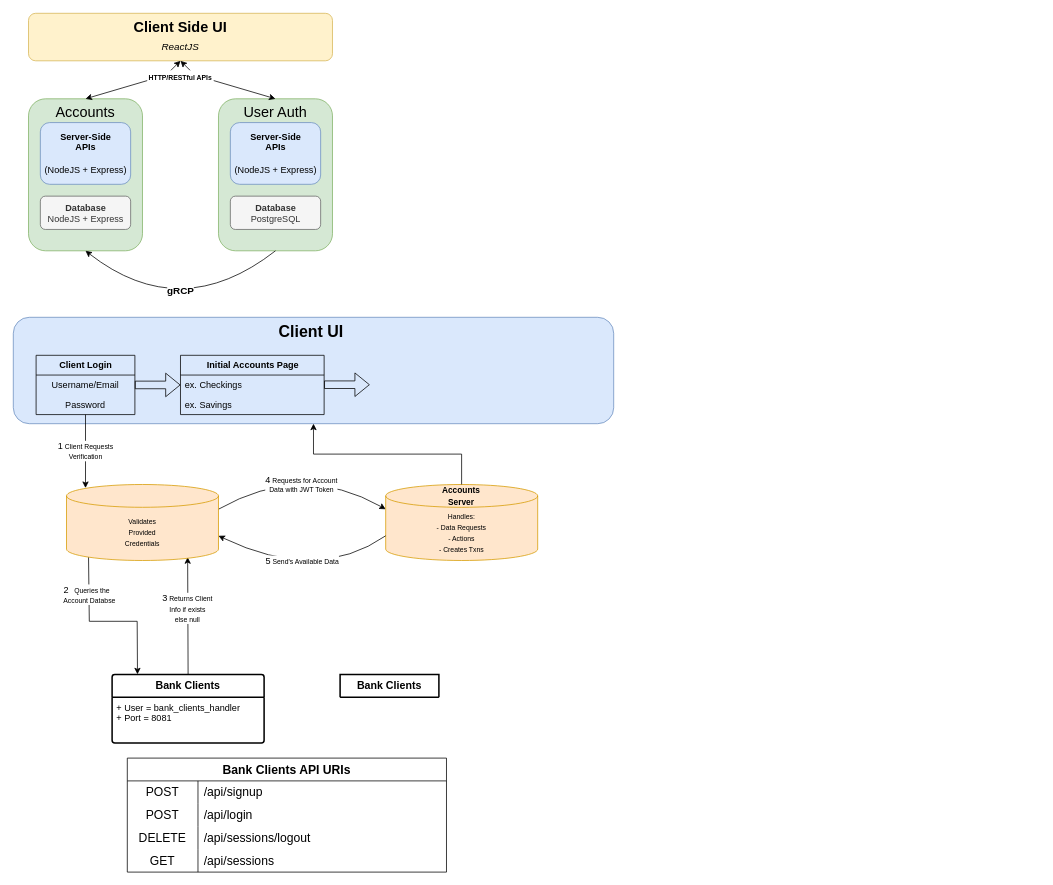
Before: BankingApp_Architecture.drawio in doo1y/banking-app, a draw.io diagram. Source tidied: cells renumbered, new cells numbered last; positions are measured from the earlier drawing's top-left corner, leaving out a move shared by most shapes. Both pictures are drawn from the tidied source at 76%, with x=0, y=0 at pixel (13, 13).
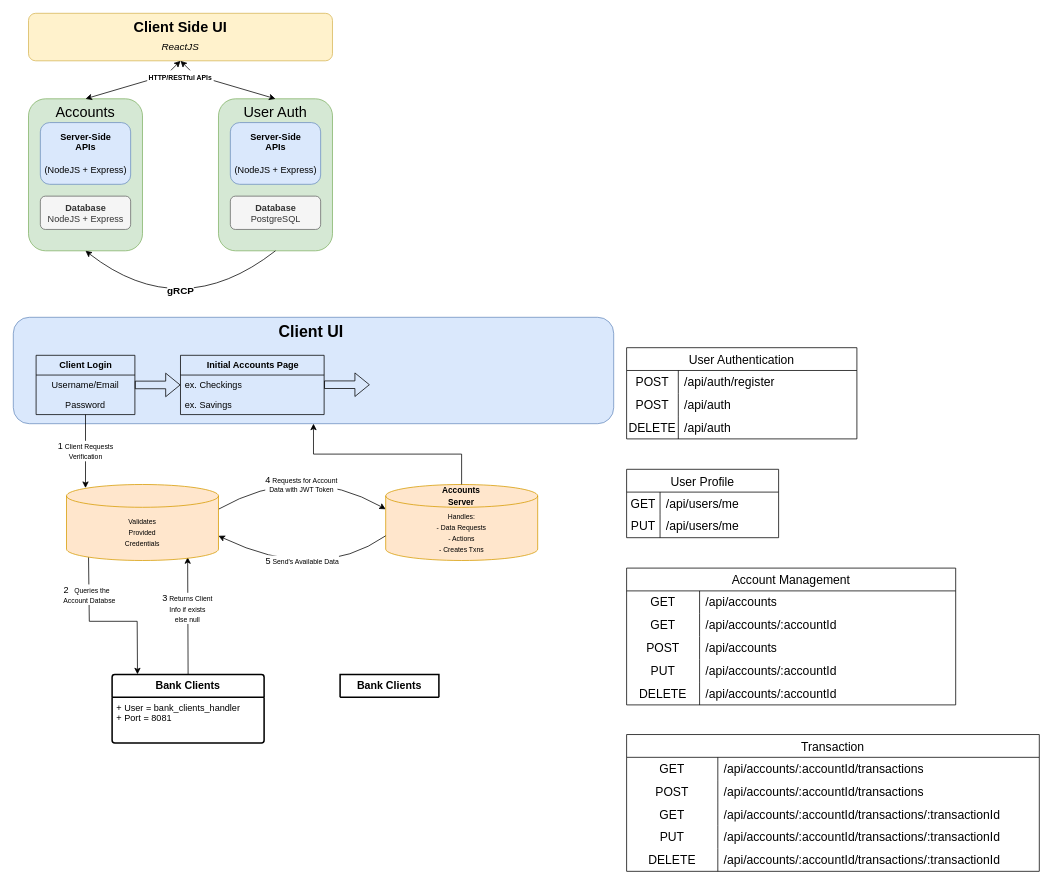
Above is the later version.

The edit, as a diff of the source:
```diff
@@
-    <mxCell id="41" value="Bank Clients API URIs" style="shape=table;startSize=30;childLayout=tableLayout;rowLines=0;fontStyle=1;strokeColor=default;fontSize=16;" parent="1" vertex="1">
-      <mxGeometry x="150" y="980" width="420" height="150" as="geometry" />
-    </mxCell>
-    <mxCell id="42" style="shape=tableRow;horizontal=0;startSize=0;swimlaneHead=0;swimlaneBody=0;top=0;left=0;bottom=0;right=0;fillColor=none;strokeColor=inherit;fontSize=16;" parent="41" vertex="1">
-      <mxGeometry y="30" width="420" height="30" as="geometry" />
-    </mxCell>
-    <mxCell id="43" value="POST" style="shape=partialRectangle;html=1;whiteSpace=wrap;fillColor=none;top=0;left=0;bottom=0;right=0;overflow=hidden;strokeColor=inherit;fontSize=16;" parent="42" vertex="1">
-      <mxGeometry width="93" height="30" as="geometry" />
-    </mxCell>
-    <mxCell id="44" value="/api/signup" style="shape=partialRectangle;html=1;whiteSpace=wrap;fillColor=none;top=0;left=0;bottom=0;right=0;align=left;spacingLeft=6;overflow=hidden;strokeColor=inherit;fontSize=16;" parent="42" vertex="1">
-      <mxGeometry x="93" width="327" height="30" as="geometry" />
-    </mxCell>
-    <mxCell id="45" style="shape=tableRow;horizontal=0;startSize=0;swimlaneHead=0;swimlaneBody=0;top=0;left=0;bottom=0;right=0;fillColor=none;strokeColor=inherit;fontSize=16;" parent="41" vertex="1">
-      <mxGeometry y="60" width="420" height="30" as="geometry" />
-    </mxCell>
-    <mxCell id="46" value="POST" style="shape=partialRectangle;html=1;whiteSpace=wrap;fillColor=none;top=0;left=0;bottom=0;right=0;overflow=hidden;strokeColor=inherit;fontSize=16;" parent="45" vertex="1">
-      <mxGeometry width="93" height="30" as="geometry" />
-    </mxCell>
-    <mxCell id="47" value="/api/login" style="shape=partialRectangle;html=1;whiteSpace=wrap;fillColor=none;top=0;left=0;bottom=0;right=0;align=left;spacingLeft=6;overflow=hidden;strokeColor=inherit;fontSize=16;" parent="45" vertex="1">
-      <mxGeometry x="93" width="327" height="30" as="geometry" />
-    </mxCell>
-    <mxCell id="48" style="shape=tableRow;horizontal=0;startSize=0;swimlaneHead=0;swimlaneBody=0;top=0;left=0;bottom=0;right=0;fillColor=none;strokeColor=inherit;fontSize=16;" parent="41" vertex="1">
-      <mxGeometry y="90" width="420" height="30" as="geometry" />
-    </mxCell>
-    <mxCell id="49" value="DELETE" style="shape=partialRectangle;html=1;whiteSpace=wrap;fillColor=none;top=0;left=0;bottom=0;right=0;overflow=hidden;strokeColor=inherit;fontSize=16;" parent="48" vertex="1">
-      <mxGeometry width="93" height="30" as="geometry" />
-    </mxCell>
-    <mxCell id="50" value="/api/sessions/logout" style="shape=partialRectangle;html=1;whiteSpace=wrap;fillColor=none;top=0;left=0;bottom=0;right=0;align=left;spacingLeft=6;overflow=hidden;strokeColor=inherit;fontSize=16;" parent="48" vertex="1">
-      <mxGeometry x="93" width="327" height="30" as="geometry" />
-    </mxCell>
-    <mxCell id="51" style="shape=tableRow;horizontal=0;startSize=0;swimlaneHead=0;swimlaneBody=0;top=0;left=0;bottom=0;right=0;fillColor=none;strokeColor=inherit;fontSize=16;" parent="41" vertex="1">
-      <mxGeometry y="120" width="420" height="30" as="geometry" />
-    </mxCell>
-    <mxCell id="52" value="GET" style="shape=partialRectangle;html=1;whiteSpace=wrap;fillColor=none;top=0;left=0;bottom=0;right=0;overflow=hidden;strokeColor=inherit;fontSize=16;" parent="51" vertex="1">
-      <mxGeometry width="93" height="30" as="geometry" />
-    </mxCell>
-    <mxCell id="53" value="/api/sessions" style="shape=partialRectangle;html=1;whiteSpace=wrap;fillColor=none;top=0;left=0;bottom=0;right=0;align=left;spacingLeft=6;overflow=hidden;strokeColor=inherit;fontSize=16;" parent="51" vertex="1">
-      <mxGeometry x="93" width="327" height="30" as="geometry" />
-    </mxCell>
@@
+    <mxCell id="56" value="User Authentication" style="shape=table;startSize=30;childLayout=tableLayout;rowLines=0;fontStyle=0;strokeColor=default;fontSize=16;" parent="1" vertex="1">
+      <mxGeometry x="807" y="440" width="303" height="120" as="geometry" />
+    </mxCell>
+    <mxCell id="57" style="shape=tableRow;horizontal=0;startSize=0;swimlaneHead=0;swimlaneBody=0;top=0;left=0;bottom=0;right=0;fillColor=none;strokeColor=inherit;fontSize=16;" parent="56" vertex="1">
+      <mxGeometry y="30" width="303" height="30" as="geometry" />
+    </mxCell>
+    <mxCell id="58" value="&lt;font style=&quot;font-size: 16px;&quot;&gt;POST&lt;/font&gt;" style="shape=partialRectangle;html=1;whiteSpace=wrap;fillColor=none;top=0;left=0;bottom=0;right=0;overflow=hidden;strokeColor=inherit;fontSize=16;" parent="57" vertex="1">
+      <mxGeometry width="68" height="30" as="geometry" />
+    </mxCell>
+    <mxCell id="59" value="/api/auth/register" style="shape=partialRectangle;html=1;whiteSpace=wrap;fillColor=none;top=0;left=0;bottom=0;right=0;align=left;spacingLeft=6;overflow=hidden;strokeColor=inherit;fontSize=16;" parent="57" vertex="1">
+      <mxGeometry x="68" width="235" height="30" as="geometry" />
+    </mxCell>
+    <mxCell id="60" style="shape=tableRow;horizontal=0;startSize=0;swimlaneHead=0;swimlaneBody=0;top=0;left=0;bottom=0;right=0;fillColor=none;strokeColor=inherit;fontSize=16;" parent="56" vertex="1">
+      <mxGeometry y="60" width="303" height="30" as="geometry" />
+    </mxCell>
+    <mxCell id="61" value="&lt;font style=&quot;font-size: 16px;&quot;&gt;POST&lt;/font&gt;" style="shape=partialRectangle;html=1;whiteSpace=wrap;fillColor=none;top=0;left=0;bottom=0;right=0;overflow=hidden;strokeColor=inherit;fontSize=16;" parent="60" vertex="1">
+      <mxGeometry width="68" height="30" as="geometry" />
+    </mxCell>
+    <mxCell id="62" value="/api/auth" style="shape=partialRectangle;html=1;whiteSpace=wrap;fillColor=none;top=0;left=0;bottom=0;right=0;align=left;spacingLeft=6;overflow=hidden;strokeColor=inherit;fontSize=16;" parent="60" vertex="1">
+      <mxGeometry x="68" width="235" height="30" as="geometry" />
+    </mxCell>
+    <mxCell id="63" style="shape=tableRow;horizontal=0;startSize=0;swimlaneHead=0;swimlaneBody=0;top=0;left=0;bottom=0;right=0;fillColor=none;strokeColor=inherit;fontSize=16;" parent="56" vertex="1">
+      <mxGeometry y="90" width="303" height="30" as="geometry" />
+    </mxCell>
+    <mxCell id="64" value="&lt;font style=&quot;font-size: 16px;&quot;&gt;DELETE&lt;/font&gt;" style="shape=partialRectangle;html=1;whiteSpace=wrap;fillColor=none;top=0;left=0;bottom=0;right=0;overflow=hidden;strokeColor=inherit;fontSize=16;" parent="63" vertex="1">
+      <mxGeometry width="68" height="30" as="geometry" />
+    </mxCell>
+    <mxCell id="65" value="/api/auth" style="shape=partialRectangle;html=1;whiteSpace=wrap;fillColor=none;top=0;left=0;bottom=0;right=0;align=left;spacingLeft=6;overflow=hidden;strokeColor=inherit;fontSize=16;" parent="63" vertex="1">
+      <mxGeometry x="68" width="235" height="30" as="geometry" />
+    </mxCell>
+    <mxCell id="66" value="User Profile" style="shape=table;startSize=30;childLayout=tableLayout;rowLines=0;fontStyle=0;strokeColor=default;fontSize=16;" parent="1" vertex="1">
+      <mxGeometry x="807" y="600" width="200" height="90" as="geometry" />
+    </mxCell>
+    <mxCell id="67" style="shape=tableRow;horizontal=0;startSize=0;swimlaneHead=0;swimlaneBody=0;top=0;left=0;bottom=0;right=0;fillColor=none;strokeColor=inherit;fontSize=16;" parent="66" vertex="1">
+      <mxGeometry y="30" width="200" height="30" as="geometry" />
+    </mxCell>
+    <mxCell id="68" value="&lt;font style=&quot;font-size: 16px;&quot;&gt;GET&lt;/font&gt;" style="shape=partialRectangle;html=1;whiteSpace=wrap;fillColor=none;top=0;left=0;bottom=0;right=0;overflow=hidden;strokeColor=inherit;fontSize=16;" parent="67" vertex="1">
+      <mxGeometry width="44" height="30" as="geometry" />
+    </mxCell>
+    <mxCell id="69" value="/api/users/me" style="shape=partialRectangle;html=1;whiteSpace=wrap;fillColor=none;top=0;left=0;bottom=0;right=0;align=left;spacingLeft=6;overflow=hidden;strokeColor=inherit;fontSize=16;" parent="67" vertex="1">
+      <mxGeometry x="44" width="156" height="30" as="geometry" />
+    </mxCell>
+    <mxCell id="70" style="shape=tableRow;horizontal=0;startSize=0;swimlaneHead=0;swimlaneBody=0;top=0;left=0;bottom=0;right=0;fillColor=none;strokeColor=inherit;fontSize=16;" parent="66" vertex="1">
+      <mxGeometry y="60" width="200" height="30" as="geometry" />
+    </mxCell>
+    <mxCell id="71" value="&lt;font style=&quot;font-size: 16px;&quot;&gt;PUT&lt;/font&gt;" style="shape=partialRectangle;html=1;whiteSpace=wrap;fillColor=none;top=0;left=0;bottom=0;right=0;overflow=hidden;strokeColor=inherit;fontSize=16;" parent="70" vertex="1">
+      <mxGeometry width="44" height="30" as="geometry" />
+    </mxCell>
+    <mxCell id="72" value="/api/users/me" style="shape=partialRectangle;html=1;whiteSpace=wrap;fillColor=none;top=0;left=0;bottom=0;right=0;align=left;spacingLeft=6;overflow=hidden;strokeColor=inherit;fontSize=16;" parent="70" vertex="1">
+      <mxGeometry x="44" width="156" height="30" as="geometry" />
+    </mxCell>
+    <mxCell id="73" value="Account Management" style="shape=table;startSize=30;childLayout=tableLayout;rowLines=0;fontStyle=0;strokeColor=default;fontSize=16;" parent="1" vertex="1">
+      <mxGeometry x="807" y="730" width="433" height="180" as="geometry" />
+    </mxCell>
+    <mxCell id="74" style="shape=tableRow;horizontal=0;startSize=0;swimlaneHead=0;swimlaneBody=0;top=0;left=0;bottom=0;right=0;fillColor=none;strokeColor=inherit;fontSize=16;" parent="73" vertex="1">
+      <mxGeometry y="30" width="433" height="30" as="geometry" />
+    </mxCell>
+    <mxCell id="75" value="&lt;font style=&quot;font-size: 16px;&quot;&gt;GET&lt;/font&gt;" style="shape=partialRectangle;html=1;whiteSpace=wrap;fillColor=none;top=0;left=0;bottom=0;right=0;overflow=hidden;strokeColor=inherit;fontSize=16;" parent="74" vertex="1">
+      <mxGeometry width="96" height="30" as="geometry" />
+    </mxCell>
+    <mxCell id="76" value="&lt;font style=&quot;font-size: 16px;&quot;&gt;/api/accounts&lt;/font&gt;" style="shape=partialRectangle;html=1;whiteSpace=wrap;fillColor=none;top=0;left=0;bottom=0;right=0;align=left;spacingLeft=6;overflow=hidden;strokeColor=inherit;fontSize=16;" parent="74" vertex="1">
+      <mxGeometry x="96" width="337" height="30" as="geometry" />
+    </mxCell>
+    <mxCell id="77" style="shape=tableRow;horizontal=0;startSize=0;swimlaneHead=0;swimlaneBody=0;top=0;left=0;bottom=0;right=0;fillColor=none;strokeColor=inherit;fontSize=16;" parent="73" vertex="1">
+      <mxGeometry y="60" width="433" height="30" as="geometry" />
+    </mxCell>
+    <mxCell id="78" value="&lt;font style=&quot;font-size: 16px;&quot;&gt;GET&lt;/font&gt;" style="shape=partialRectangle;html=1;whiteSpace=wrap;fillColor=none;top=0;left=0;bottom=0;right=0;overflow=hidden;strokeColor=inherit;fontSize=16;" parent="77" vertex="1">
+      <mxGeometry width="96" height="30" as="geometry" />
+    </mxCell>
+    <mxCell id="79" value="&lt;font style=&quot;font-size: 16px;&quot;&gt;/api/accounts/:accountId&lt;/font&gt;" style="shape=partialRectangle;html=1;whiteSpace=wrap;fillColor=none;top=0;left=0;bottom=0;right=0;align=left;spacingLeft=6;overflow=hidden;strokeColor=inherit;fontSize=16;" parent="77" vertex="1">
+      <mxGeometry x="96" width="337" height="30" as="geometry" />
+    </mxCell>
+    <mxCell id="80" style="shape=tableRow;horizontal=0;startSize=0;swimlaneHead=0;swimlaneBody=0;top=0;left=0;bottom=0;right=0;fillColor=none;strokeColor=inherit;fontSize=16;" parent="73" vertex="1">
+      <mxGeometry y="90" width="433" height="30" as="geometry" />
+    </mxCell>
+    <mxCell id="81" value="&lt;font style=&quot;font-size: 16px;&quot;&gt;POST&lt;/font&gt;" style="shape=partialRectangle;html=1;whiteSpace=wrap;fillColor=none;top=0;left=0;bottom=0;right=0;overflow=hidden;strokeColor=inherit;fontSize=16;" parent="80" vertex="1">
+      <mxGeometry width="96" height="30" as="geometry" />
+    </mxCell>
+    <mxCell id="82" value="&lt;font style=&quot;font-size: 16px;&quot;&gt;/api/accounts&lt;/font&gt;" style="shape=partialRectangle;html=1;whiteSpace=wrap;fillColor=none;top=0;left=0;bottom=0;right=0;align=left;spacingLeft=6;overflow=hidden;strokeColor=inherit;fontSize=16;" parent="80" vertex="1">
+      <mxGeometry x="96" width="337" height="30" as="geometry" />
+    </mxCell>
+    <mxCell id="83" style="shape=tableRow;horizontal=0;startSize=0;swimlaneHead=0;swimlaneBody=0;top=0;left=0;bottom=0;right=0;fillColor=none;strokeColor=inherit;fontSize=16;" parent="73" vertex="1">
+      <mxGeometry y="120" width="433" height="30" as="geometry" />
+    </mxCell>
+    <mxCell id="84" value="&lt;font style=&quot;font-size: 16px;&quot;&gt;PUT&lt;/font&gt;" style="shape=partialRectangle;html=1;whiteSpace=wrap;fillColor=none;top=0;left=0;bottom=0;right=0;overflow=hidden;strokeColor=inherit;fontSize=16;" parent="83" vertex="1">
+      <mxGeometry width="96" height="30" as="geometry" />
+    </mxCell>
+    <mxCell id="85" value="&lt;font style=&quot;font-size: 16px;&quot;&gt;/api/accounts/:accountId&lt;/font&gt;" style="shape=partialRectangle;html=1;whiteSpace=wrap;fillColor=none;top=0;left=0;bottom=0;right=0;align=left;spacingLeft=6;overflow=hidden;strokeColor=inherit;fontSize=16;" parent="83" vertex="1">
+      <mxGeometry x="96" width="337" height="30" as="geometry" />
+    </mxCell>
+    <mxCell id="86" style="shape=tableRow;horizontal=0;startSize=0;swimlaneHead=0;swimlaneBody=0;top=0;left=0;bottom=0;right=0;fillColor=none;strokeColor=inherit;fontSize=16;" parent="73" vertex="1">
+      <mxGeometry y="150" width="433" height="30" as="geometry" />
+    </mxCell>
+    <mxCell id="87" value="&lt;font style=&quot;font-size: 16px;&quot;&gt;DELETE&lt;/font&gt;" style="shape=partialRectangle;html=1;whiteSpace=wrap;fillColor=none;top=0;left=0;bottom=0;right=0;overflow=hidden;strokeColor=inherit;fontSize=16;" parent="86" vertex="1">
+      <mxGeometry width="96" height="30" as="geometry" />
+    </mxCell>
+    <mxCell id="88" value="&lt;font style=&quot;font-size: 16px;&quot;&gt;/api/accounts/:accountId&lt;/font&gt;" style="shape=partialRectangle;html=1;whiteSpace=wrap;fillColor=none;top=0;left=0;bottom=0;right=0;align=left;spacingLeft=6;overflow=hidden;strokeColor=inherit;fontSize=16;" parent="86" vertex="1">
+      <mxGeometry x="96" width="337" height="30" as="geometry" />
+    </mxCell>
+    <mxCell id="89" value="Transaction" style="shape=table;startSize=30;childLayout=tableLayout;rowLines=0;fontStyle=0;strokeColor=default;fontSize=16;" parent="1" vertex="1">
+      <mxGeometry x="807" y="949" width="543" height="180" as="geometry" />
+    </mxCell>
+    <mxCell id="90" style="shape=tableRow;horizontal=0;startSize=0;swimlaneHead=0;swimlaneBody=0;top=0;left=0;bottom=0;right=0;fillColor=none;strokeColor=inherit;fontSize=16;" parent="89" vertex="1">
+      <mxGeometry y="30" width="543" height="30" as="geometry" />
+    </mxCell>
+    <mxCell id="91" value="&lt;font style=&quot;font-size: 16px;&quot;&gt;GET&lt;/font&gt;" style="shape=partialRectangle;html=1;whiteSpace=wrap;fillColor=none;top=0;left=0;bottom=0;right=0;overflow=hidden;strokeColor=inherit;fontSize=16;" parent="90" vertex="1">
+      <mxGeometry width="120" height="30" as="geometry" />
+    </mxCell>
+    <mxCell id="92" value="/api/accounts/:accountId/transactions" style="shape=partialRectangle;html=1;whiteSpace=wrap;fillColor=none;top=0;left=0;bottom=0;right=0;align=left;spacingLeft=6;overflow=hidden;strokeColor=inherit;fontSize=16;" parent="90" vertex="1">
+      <mxGeometry x="120" width="423" height="30" as="geometry" />
+    </mxCell>
+    <mxCell id="93" style="shape=tableRow;horizontal=0;startSize=0;swimlaneHead=0;swimlaneBody=0;top=0;left=0;bottom=0;right=0;fillColor=none;strokeColor=inherit;fontSize=16;" parent="89" vertex="1">
+      <mxGeometry y="60" width="543" height="30" as="geometry" />
+    </mxCell>
+    <mxCell id="94" value="&lt;font style=&quot;font-size: 16px;&quot;&gt;POST&lt;/font&gt;" style="shape=partialRectangle;html=1;whiteSpace=wrap;fillColor=none;top=0;left=0;bottom=0;right=0;overflow=hidden;strokeColor=inherit;fontSize=16;" parent="93" vertex="1">
+      <mxGeometry width="120" height="30" as="geometry" />
+    </mxCell>
+    <mxCell id="95" value="/api/accounts/:accountId/transactions" style="shape=partialRectangle;html=1;whiteSpace=wrap;fillColor=none;top=0;left=0;bottom=0;right=0;align=left;spacingLeft=6;overflow=hidden;strokeColor=inherit;fontSize=16;" parent="93" vertex="1">
+      <mxGeometry x="120" width="423" height="30" as="geometry" />
+    </mxCell>
+    <mxCell id="96" style="shape=tableRow;horizontal=0;startSize=0;swimlaneHead=0;swimlaneBody=0;top=0;left=0;bottom=0;right=0;fillColor=none;strokeColor=inherit;fontSize=16;" parent="89" vertex="1">
+      <mxGeometry y="90" width="543" height="30" as="geometry" />
+    </mxCell>
+    <mxCell id="97" value="&lt;font style=&quot;font-size: 16px;&quot;&gt;GET&lt;/font&gt;" style="shape=partialRectangle;html=1;whiteSpace=wrap;fillColor=none;top=0;left=0;bottom=0;right=0;overflow=hidden;strokeColor=inherit;fontSize=16;" parent="96" vertex="1">
+      <mxGeometry width="120" height="30" as="geometry" />
+    </mxCell>
+    <mxCell id="98" value="/api/accounts/:accountId/transactions/:transactionId" style="shape=partialRectangle;html=1;whiteSpace=wrap;fillColor=none;top=0;left=0;bottom=0;right=0;align=left;spacingLeft=6;overflow=hidden;strokeColor=inherit;fontSize=16;" parent="96" vertex="1">
+      <mxGeometry x="120" width="423" height="30" as="geometry" />
+    </mxCell>
+    <mxCell id="99" style="shape=tableRow;horizontal=0;startSize=0;swimlaneHead=0;swimlaneBody=0;top=0;left=0;bottom=0;right=0;fillColor=none;strokeColor=inherit;fontSize=16;" parent="89" vertex="1">
+      <mxGeometry y="120" width="543" height="30" as="geometry" />
+    </mxCell>
+    <mxCell id="100" value="&lt;font style=&quot;font-size: 16px;&quot;&gt;PUT&lt;/font&gt;" style="shape=partialRectangle;html=1;whiteSpace=wrap;fillColor=none;top=0;left=0;bottom=0;right=0;overflow=hidden;strokeColor=inherit;fontSize=16;" parent="99" vertex="1">
+      <mxGeometry width="120" height="30" as="geometry" />
+    </mxCell>
+    <mxCell id="101" value="/api/accounts/:accountId/transactions/:transactionId" style="shape=partialRectangle;html=1;whiteSpace=wrap;fillColor=none;top=0;left=0;bottom=0;right=0;align=left;spacingLeft=6;overflow=hidden;strokeColor=inherit;fontSize=16;" parent="99" vertex="1">
+      <mxGeometry x="120" width="423" height="30" as="geometry" />
+    </mxCell>
+    <mxCell id="102" style="shape=tableRow;horizontal=0;startSize=0;swimlaneHead=0;swimlaneBody=0;top=0;left=0;bottom=0;right=0;fillColor=none;strokeColor=inherit;fontSize=16;" parent="89" vertex="1">
+      <mxGeometry y="150" width="543" height="30" as="geometry" />
+    </mxCell>
+    <mxCell id="103" value="&lt;font style=&quot;font-size: 16px;&quot;&gt;DELETE&lt;/font&gt;" style="shape=partialRectangle;html=1;whiteSpace=wrap;fillColor=none;top=0;left=0;bottom=0;right=0;overflow=hidden;strokeColor=inherit;fontSize=16;" parent="102" vertex="1">
+      <mxGeometry width="120" height="30" as="geometry" />
+    </mxCell>
+    <mxCell id="104" value="/api/accounts/:accountId/transactions/:transactionId" style="shape=partialRectangle;html=1;whiteSpace=wrap;fillColor=none;top=0;left=0;bottom=0;right=0;align=left;spacingLeft=6;overflow=hidden;strokeColor=inherit;fontSize=16;" parent="102" vertex="1">
+      <mxGeometry x="120" width="423" height="30" as="geometry" />
+    </mxCell>
```
